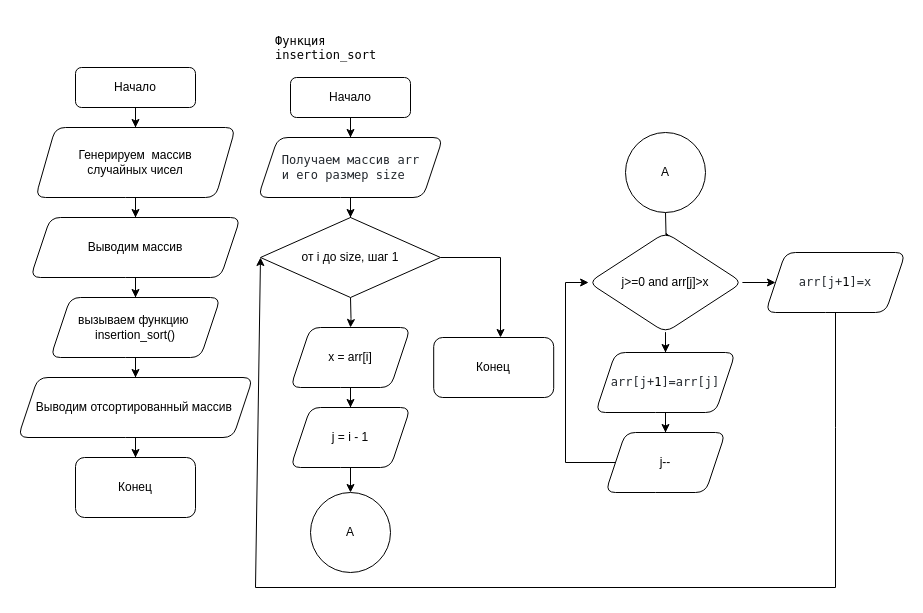
async-master/nsm-avtf keeps this draw.io diagram as lab_2/diagram_1.drawio. Above is the earlier version. Source tidied: cells renumbered, new cells numbered last; positions are measured from the earlier drawing's top-left corner, leaving out a move shared by most shapes. Both pictures are drawn from the tidied source at 100%, with x=0, y=0 at pixel (17, 27).
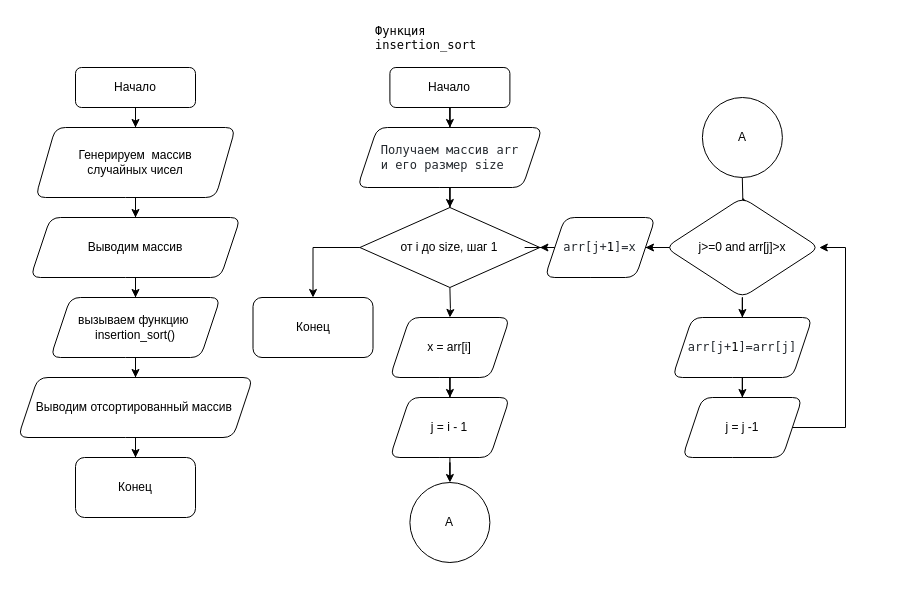
The same page after the edit.

Diff of the diagram source:
```diff
@@
     <mxCell id="13" value="&lt;span style=&quot;font-family: ui-monospace, SFMono-Regular, &amp;quot;SF Mono&amp;quot;, Menlo, Consolas, &amp;quot;Liberation Mono&amp;quot;, monospace; font-size: 12px; font-style: normal; font-variant-ligatures: normal; font-variant-caps: normal; font-weight: 400; letter-spacing: normal; orphans: 2; text-align: start; text-indent: 0px; text-transform: none; widows: 2; word-spacing: 0px; -webkit-text-stroke-width: 0px; background-color: rgb(255, 255, 255); text-decoration-thickness: initial; text-decoration-style: initial; text-decoration-color: initial; float: none; display: inline !important;&quot;&gt;Функция insertion_sort&lt;/span&gt;" style="text;whiteSpace=wrap;html=1;" parent="1" vertex="1">
-      <mxGeometry x="256.2" width="160" height="40" as="geometry" />
+      <mxGeometry x="355.5" y="-10" width="160" height="40" as="geometry" />
     </mxCell>
     <mxCell id="14" style="edgeStyle=orthogonalEdgeStyle;rounded=0;jettySize=auto;html=1;" parent="1" edge="1" target="16">
       <mxGeometry relative="1" as="geometry">
-        <mxPoint x="333" y="270" as="sourcePoint" />
+        <mxPoint x="432.4" y="260" as="sourcePoint" />
       </mxGeometry>
     </mxCell>
@@
     <mxCell id="16" value="x = arr[i]" style="shape=parallelogram;perimeter=parallelogramPerimeter;whiteSpace=wrap;html=1;fixedSize=1;rounded=1;" parent="1" vertex="1">
-      <mxGeometry x="273" y="300" width="120" height="60" as="geometry" />
+      <mxGeometry x="372.4" y="290" width="120" height="60" as="geometry" />
     </mxCell>
@@
     <mxCell id="18" value="j = i - 1" style="shape=parallelogram;perimeter=parallelogramPerimeter;whiteSpace=wrap;html=1;fixedSize=1;rounded=1;" parent="1" vertex="1">
-      <mxGeometry x="273" y="380" width="120" height="60" as="geometry" />
+      <mxGeometry x="372.4" y="370" width="120" height="60" as="geometry" />
     </mxCell>
-    <mxCell id="19" style="edgeStyle=orthogonalEdgeStyle;rounded=0;jettySize=auto;html=1;" parent="1" edge="1" source="20" target="25">
+    <mxCell id="19" style="edgeStyle=orthogonalEdgeStyle;rounded=0;jettySize=auto;html=1;entryX=0.5;entryY=0;entryDx=0;entryDy=0;" parent="1" edge="1" source="20" target="25">
       <mxGeometry relative="1" as="geometry">
         <Array as="points">
-          <mxPoint x="483" y="230" />
+          <mxPoint x="295.3" y="220" />
         </Array>
       </mxGeometry>
     </mxCell>
     <mxCell id="20" value="от i до size, шаг 1" style="rhombus;whiteSpace=wrap;html=1;" parent="1" vertex="1">
-      <mxGeometry x="243" y="190" width="180" height="80" as="geometry" />
+      <mxGeometry x="342.4" y="180" width="180" height="80" as="geometry" />
     </mxCell>
@@
     <mxCell id="22" value="Начало" style="rounded=1;whiteSpace=wrap;html=1;fontSize=12;glass=0;strokeWidth=1;shadow=0;" parent="1" vertex="1">
-      <mxGeometry x="273" y="50" width="120" height="40" as="geometry" />
+      <mxGeometry x="372.4" y="40" width="120" height="40" as="geometry" />
     </mxCell>
@@
     <mxCell id="24" value="&lt;div style=&quot;text-align: start;&quot;&gt;&lt;font face=&quot;ui-monospace, SFMono-Regular, SF Mono, Menlo, Consolas, Liberation Mono, monospace&quot; color=&quot;#24292f&quot;&gt;Получаем массив arr &lt;br&gt;&lt;/font&gt;&lt;/div&gt;&lt;div style=&quot;text-align: start;&quot;&gt;&lt;font face=&quot;ui-monospace, SFMono-Regular, SF Mono, Menlo, Consolas, Liberation Mono, monospace&quot; color=&quot;#24292f&quot;&gt;&lt;span style=&quot;background-color: rgb(255, 255, 255);&quot;&gt;и его размер size&lt;/span&gt;&lt;/font&gt;&lt;/div&gt;" style="shape=parallelogram;perimeter=parallelogramPerimeter;whiteSpace=wrap;html=1;fixedSize=1;rounded=1;" parent="1" vertex="1">
-      <mxGeometry x="240.5" y="110" width="185" height="60" as="geometry" />
+      <mxGeometry x="339.9" y="100" width="185" height="60" as="geometry" />
     </mxCell>
     <mxCell id="25" value="Конец" style="rounded=1;whiteSpace=wrap;html=1;" parent="1" vertex="1">
-      <mxGeometry x="416.2" y="310" width="120" height="60" as="geometry" />
+      <mxGeometry x="235.5" y="270" width="120" height="60" as="geometry" />
     </mxCell>
     <mxCell id="26" value="А" style="ellipse;whiteSpace=wrap;html=1;rounded=1;" parent="1" vertex="1">
-      <mxGeometry x="293" y="465" width="80" height="80" as="geometry" />
+      <mxGeometry x="392.4" y="455" width="80" height="80" as="geometry" />
     </mxCell>
     <mxCell id="27" style="edgeStyle=orthogonalEdgeStyle;rounded=0;jettySize=auto;html=1;" parent="1" edge="1" target="30">
       <mxGeometry relative="1" as="geometry">
-        <mxPoint x="648" y="185" as="sourcePoint" />
+        <mxPoint x="724.8" y="150" as="sourcePoint" />
       </mxGeometry>
     </mxCell>
@@
     <mxCell id="30" value="j&amp;gt;=0 and arr[j]&amp;gt;x" style="rhombus;whiteSpace=wrap;html=1;rounded=1;" parent="1" vertex="1">
-      <mxGeometry x="571.1" y="205" width="153.8" height="100" as="geometry" />
+      <mxGeometry x="648" y="170" width="153.8" height="100" as="geometry" />
     </mxCell>
@@
     <mxCell id="32" value="&lt;span style=&quot;color: rgb(36, 41, 47); font-family: ui-monospace, SFMono-Regular, &amp;quot;SF Mono&amp;quot;, Menlo, Consolas, &amp;quot;Liberation Mono&amp;quot;, monospace; font-size: 12px; font-style: normal; font-variant-ligatures: normal; font-variant-caps: normal; font-weight: 400; letter-spacing: normal; orphans: 2; text-align: start; text-indent: 0px; text-transform: none; widows: 2; word-spacing: 0px; -webkit-text-stroke-width: 0px; background-color: rgb(255, 255, 255); text-decoration-thickness: initial; text-decoration-style: initial; text-decoration-color: initial; float: none; display: inline !important;&quot;&gt;arr[j+&lt;/span&gt;&lt;span style=&quot;box-sizing: border-box; color: var(--color-prettylights-syntax-constant); font-family: ui-monospace, SFMono-Regular, &amp;quot;SF Mono&amp;quot;, Menlo, Consolas, &amp;quot;Liberation Mono&amp;quot;, monospace; font-size: 12px; font-style: normal; font-variant-ligatures: normal; font-variant-caps: normal; font-weight: 400; letter-spacing: normal; orphans: 2; text-align: start; text-indent: 0px; text-transform: none; widows: 2; word-spacing: 0px; -webkit-text-stroke-width: 0px; background-color: rgb(255, 255, 255); text-decoration-thickness: initial; text-decoration-style: initial; text-decoration-color: initial;&quot; class=&quot;pl-c1&quot;&gt;1&lt;/span&gt;&lt;span style=&quot;color: rgb(36, 41, 47); font-family: ui-monospace, SFMono-Regular, &amp;quot;SF Mono&amp;quot;, Menlo, Consolas, &amp;quot;Liberation Mono&amp;quot;, monospace; font-size: 12px; font-style: normal; font-variant-ligatures: normal; font-variant-caps: normal; font-weight: 400; letter-spacing: normal; orphans: 2; text-align: start; text-indent: 0px; text-transform: none; widows: 2; word-spacing: 0px; -webkit-text-stroke-width: 0px; background-color: rgb(255, 255, 255); text-decoration-thickness: initial; text-decoration-style: initial; text-decoration-color: initial; float: none; display: inline !important;&quot;&gt;]=arr[j]&lt;/span&gt;" style="shape=parallelogram;perimeter=parallelogramPerimeter;whiteSpace=wrap;html=1;fixedSize=1;rounded=1;" parent="1" vertex="1">
-      <mxGeometry x="578" y="325" width="140" height="60" as="geometry" />
+      <mxGeometry x="654.9" y="290" width="140" height="60" as="geometry" />
     </mxCell>
-    <mxCell id="33" style="edgeStyle=orthogonalEdgeStyle;rounded=0;jettySize=auto;html=1;entryX=0;entryY=0.5;entryDx=0;entryDy=0;" parent="1" edge="1" source="34" target="30">
-      <mxGeometry relative="1" as="geometry">
-        <Array as="points">
-          <mxPoint x="548" y="435" />
-          <mxPoint x="548" y="255" />
-        </Array>
-      </mxGeometry>
-    </mxCell>
-    <mxCell id="34" value="j--" style="shape=parallelogram;perimeter=parallelogramPerimeter;whiteSpace=wrap;html=1;fixedSize=1;rounded=1;" parent="1" vertex="1">
-      <mxGeometry x="588" y="405" width="120" height="60" as="geometry" />
+    <mxCell id="34" value="j = j -1" style="shape=parallelogram;perimeter=parallelogramPerimeter;whiteSpace=wrap;html=1;fixedSize=1;rounded=1;" parent="1" vertex="1">
+      <mxGeometry x="664.9" y="370" width="120" height="60" as="geometry" />
     </mxCell>
+    <mxCell id="37" style="edgeStyle=orthogonalEdgeStyle;rounded=0;jettySize=auto;html=1;" parent="1" edge="1" source="35" target="20">
+      <mxGeometry relative="1" as="geometry" />
+    </mxCell>
     <mxCell id="35" value="&lt;span style=&quot;color: rgb(36, 41, 47); font-family: ui-monospace, SFMono-Regular, &amp;quot;SF Mono&amp;quot;, Menlo, Consolas, &amp;quot;Liberation Mono&amp;quot;, monospace; font-size: 12px; font-style: normal; font-variant-ligatures: normal; font-variant-caps: normal; font-weight: 400; letter-spacing: normal; orphans: 2; text-align: start; text-indent: 0px; text-transform: none; widows: 2; word-spacing: 0px; -webkit-text-stroke-width: 0px; background-color: rgb(255, 255, 255); text-decoration-thickness: initial; text-decoration-style: initial; text-decoration-color: initial; float: none; display: inline !important;&quot;&gt;arr[j+&lt;/span&gt;&lt;span style=&quot;box-sizing: border-box; color: var(--color-prettylights-syntax-constant); font-family: ui-monospace, SFMono-Regular, &amp;quot;SF Mono&amp;quot;, Menlo, Consolas, &amp;quot;Liberation Mono&amp;quot;, monospace; font-size: 12px; font-style: normal; font-variant-ligatures: normal; font-variant-caps: normal; font-weight: 400; letter-spacing: normal; orphans: 2; text-align: start; text-indent: 0px; text-transform: none; widows: 2; word-spacing: 0px; -webkit-text-stroke-width: 0px; background-color: rgb(255, 255, 255); text-decoration-thickness: initial; text-decoration-style: initial; text-decoration-color: initial;&quot; class=&quot;pl-c1&quot;&gt;1&lt;/span&gt;&lt;span style=&quot;color: rgb(36, 41, 47); font-family: ui-monospace, SFMono-Regular, &amp;quot;SF Mono&amp;quot;, Menlo, Consolas, &amp;quot;Liberation Mono&amp;quot;, monospace; font-size: 12px; font-style: normal; font-variant-ligatures: normal; font-variant-caps: normal; font-weight: 400; letter-spacing: normal; orphans: 2; text-align: start; text-indent: 0px; text-transform: none; widows: 2; word-spacing: 0px; -webkit-text-stroke-width: 0px; background-color: rgb(255, 255, 255); text-decoration-thickness: initial; text-decoration-style: initial; text-decoration-color: initial; float: none; display: inline !important;&quot;&gt;]=x&lt;/span&gt;" style="shape=parallelogram;perimeter=parallelogramPerimeter;whiteSpace=wrap;html=1;fixedSize=1;rounded=1;" parent="1" vertex="1">
-      <mxGeometry x="748" y="225" width="140" height="60" as="geometry" />
+      <mxGeometry x="527.3" y="190" width="110.7" height="60" as="geometry" />
     </mxCell>
     <mxCell id="36" value="А" style="ellipse;whiteSpace=wrap;html=1;rounded=1;" parent="1" vertex="1">
-      <mxGeometry x="608" y="105" width="80" height="80" as="geometry" />
+      <mxGeometry x="684.9" y="70" width="80" height="80" as="geometry" />
     </mxCell>
-    <mxCell id="37" style="endArrow=classic;html=1;rounded=0;entryX=0;entryY=0.5;entryDx=0;entryDy=0;exitX=0.5;exitY=1;exitDx=0;exitDy=0;" parent="1" edge="1" source="35" target="20">
-      <mxGeometry relative="1" as="geometry">
-        <Array as="points">
-          <mxPoint x="818" y="400" />
-          <mxPoint x="818" y="560" />
-          <mxPoint x="238" y="560" />
-        </Array>
-      </mxGeometry>
-    </mxCell>
+    <mxCell id="33" style="endArrow=classic;html=1;rounded=0;exitX=1;exitY=0.5;exitDx=0;exitDy=0;entryX=1;entryY=0.5;entryDx=0;entryDy=0;" parent="1" edge="1" source="34" target="30">
+      <mxGeometry relative="1" as="geometry">
+        <Array as="points">
+          <mxPoint x="828" y="400" />
+          <mxPoint x="828" y="220" />
+        </Array>
+      </mxGeometry>
+    </mxCell>
```
